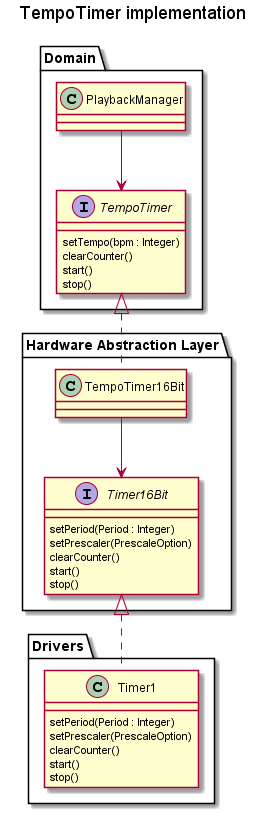
This is doc/plantuml/img/class_diagrams/tempotimer.png from Warwolt/tr2k_drum_machine, a PlantUML export, as it was before one commit.
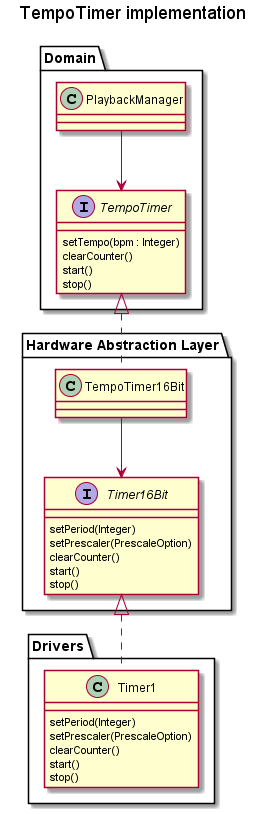
After the change.

What changed in the source:
```diff
@@ -31,7 +31,7 @@
 
 	interface Timer16Bit
 	{
-		setPeriod(Period : Integer)
+		setPeriod(Integer)
 		setPrescaler(PrescaleOption)
 		clearCounter()
 		start()
@@ -43,7 +43,7 @@
 {
 	class Timer1
 	{
-		setPeriod(Period : Integer)
+		setPeriod(Integer)
 		setPrescaler(PrescaleOption)
 		clearCounter()
 		start()
```
